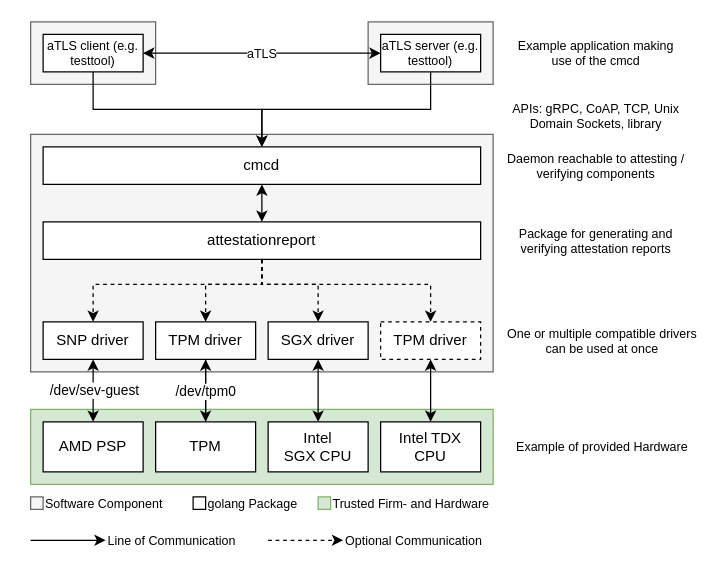
This is doc/overview.drawio from Fraunhofer-AISEC/cmc, a draw.io file, before an edit. Source tidied: cells renumbered, new cells numbered last; positions are measured from the earlier drawing's top-left corner, leaving out a move shared by most shapes. Both pictures are drawn from the tidied source at 125%, with x=0, y=0 at pixel (30, 21).
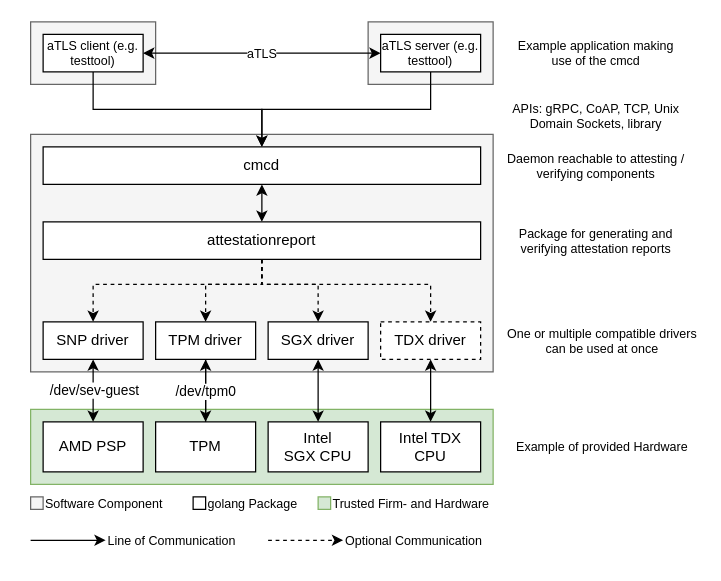
The same diagram, later.

The edit, as a diff of the source:
```diff
@@
-    <mxCell id="15" value="TPM driver" style="rounded=0;whiteSpace=wrap;html=1;dashed=1;" parent="1" vertex="1">
+    <mxCell id="15" value="TDX driver" style="rounded=0;whiteSpace=wrap;html=1;dashed=1;" parent="1" vertex="1">
       <mxGeometry x="280" y="240" width="80" height="30" as="geometry" />
     </mxCell>
```
